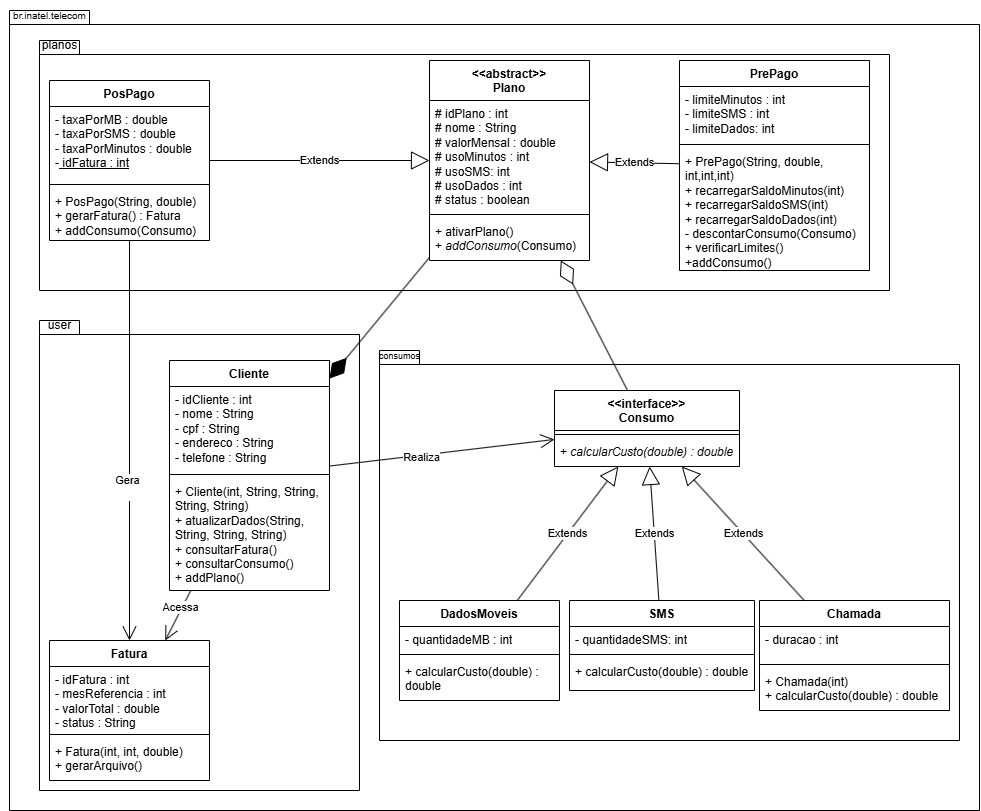
This is diagramaUML.drawio.png from Jhone93567/Projeto-POO, a draw.io export, as it was before one commit. Source tidied: cells renumbered, new cells last; positions are measured from the earlier drawing's top-left corner, leaving out a move shared by most shapes.
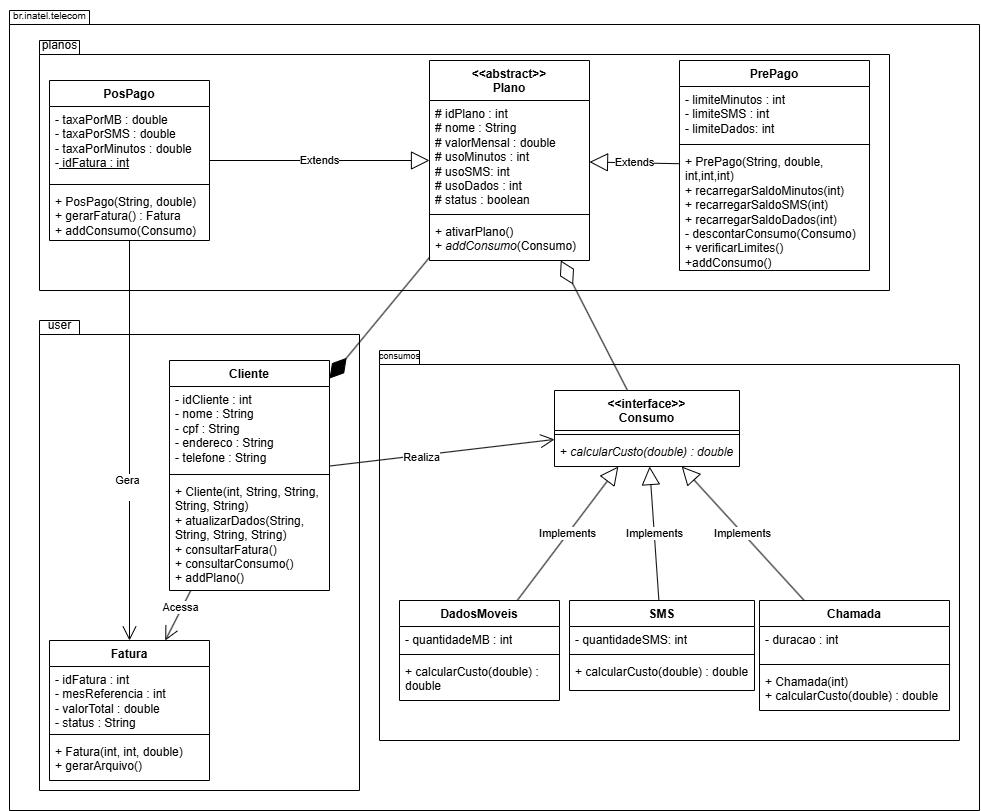
After the change.

The edit, as a diff of the source:
```diff
@@ -113,13 +113,13 @@
     <mxCell id="38" value="Extends" style="endArrow=block;endSize=16;endFill=0;html=1;rounded=0;" parent="1" edge="1" source="52" target="9">
       <mxGeometry relative="1" as="geometry" />
     </mxCell>
-    <mxCell id="39" value="Extends" style="endArrow=block;endSize=16;endFill=0;html=1;rounded=0;" parent="1" edge="1" source="29" target="6">
+    <mxCell id="39" value="Implements" style="endArrow=block;endSize=16;endFill=0;html=1;rounded=0;" parent="1" edge="1" source="29" target="6">
       <mxGeometry relative="1" as="geometry" />
     </mxCell>
-    <mxCell id="40" value="Extends" style="endArrow=block;endSize=16;endFill=0;html=1;rounded=0;" parent="1" edge="1" source="25" target="6">
+    <mxCell id="40" value="Implements" style="endArrow=block;endSize=16;endFill=0;html=1;rounded=0;" parent="1" edge="1" source="25" target="6">
       <mxGeometry relative="1" as="geometry" />
     </mxCell>
-    <mxCell id="41" value="Extends" style="endArrow=block;endSize=16;endFill=0;html=1;rounded=0;" parent="1" edge="1" source="21" target="6">
+    <mxCell id="41" value="Implements" style="endArrow=block;endSize=16;endFill=0;html=1;rounded=0;" parent="1" edge="1" source="21" target="6">
       <mxGeometry relative="1" as="geometry" />
     </mxCell>
     <mxCell id="42" style="endArrow=open;endFill=1;endSize=12;html=1;rounded=0;" parent="1" edge="1" source="52" target="33">
```
